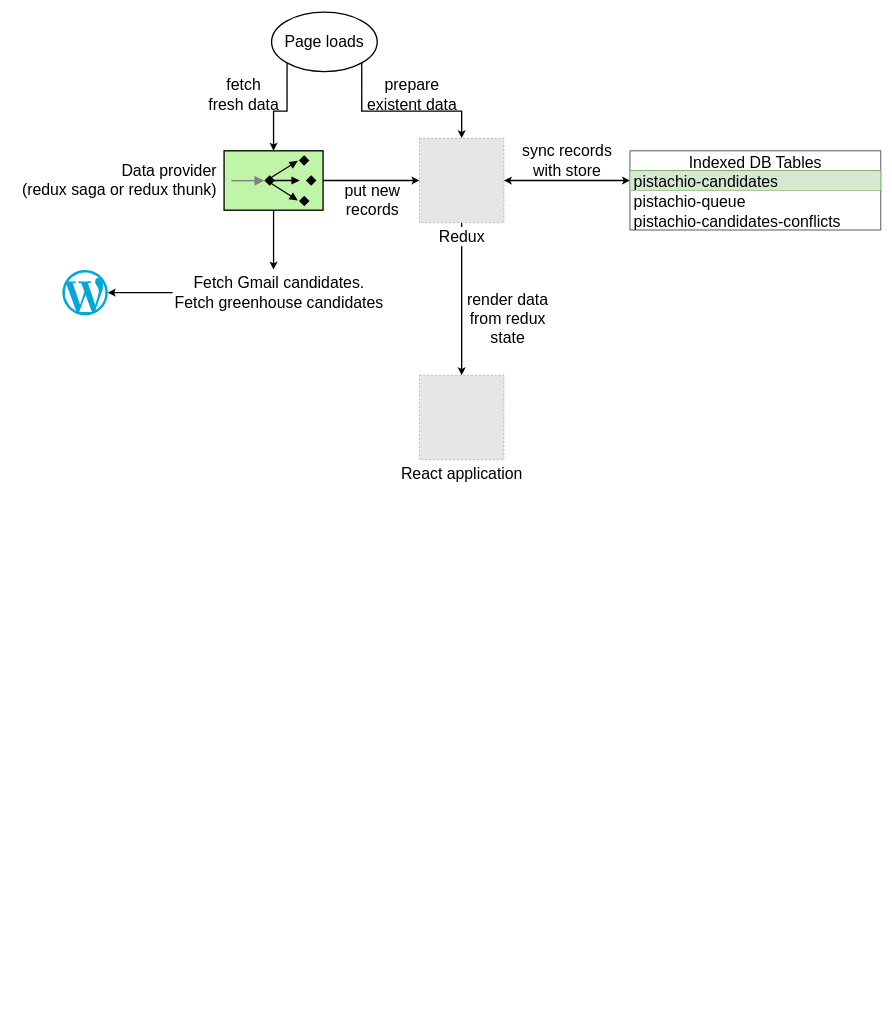
AlexeyPopovUA/a8c-diagrams keeps this draw.io diagram as high-level/data-flows.drawio. Above is the earlier version. Source tidied: cells renumbered, new cells numbered last; positions are measured from the earlier drawing's top-left corner, leaving out a move shared by most shapes. Both pictures are drawn from the tidied source at 66%, with x=0, y=0 at pixel (62, 12). Pictures stored in the file or linked from it are replaced by grey dashed boxes.
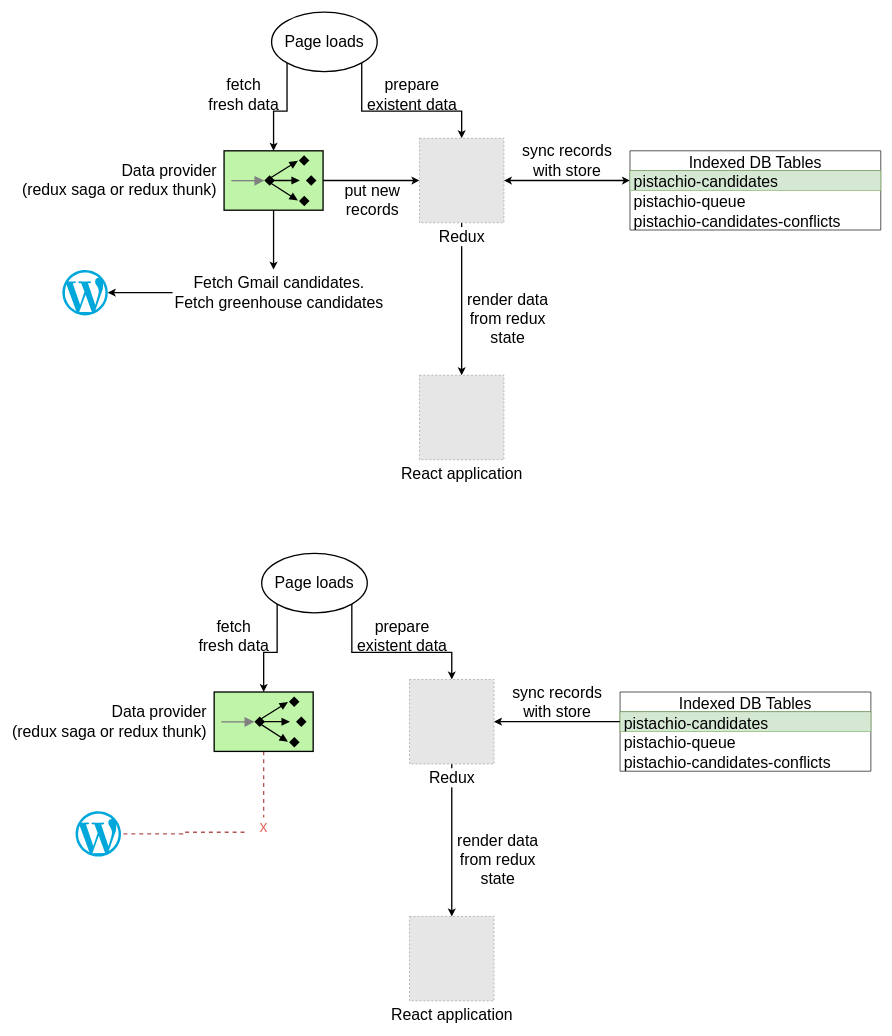
After the change.

The edit, as a diff of the source:
```diff
@@
+    <mxCell id="24" style="edgeStyle=orthogonalEdgeStyle;rounded=0;jettySize=auto;html=1;exitX=0;exitY=1;exitDx=0;exitDy=0;entryX=0.5;entryY=0;entryDx=0;entryDy=0;entryPerimeter=0;fontSize=24;startArrow=none;startFill=0;strokeWidth=2;" parent="1" edge="1" source="36" target="31">
+      <mxGeometry relative="1" as="geometry" />
+    </mxCell>
+    <mxCell id="25" style="edgeStyle=orthogonalEdgeStyle;rounded=0;jettySize=auto;html=1;exitX=1;exitY=1;exitDx=0;exitDy=0;entryX=0.5;entryY=0;entryDx=0;entryDy=0;fontSize=24;startArrow=none;startFill=0;strokeWidth=2;" parent="1" edge="1" source="36" target="29">
+      <mxGeometry relative="1" as="geometry">
+        <Array as="points">
+          <mxPoint x="439" y="970" />
+          <mxPoint x="590" y="970" />
+        </Array>
+      </mxGeometry>
+    </mxCell>
+    <mxCell id="26" value="React application" style="fillColor=#E6E6E6;strokeColor=#999999;dashed=1;html=1;verticalAlign=top;verticalLabelPosition=bottom;labelBackgroundColor=#ffffff;fontSize=24;" parent="1" vertex="1">
+      <mxGeometry x="526" y="1370" width="128" height="128" as="geometry" />
+    </mxCell>
+    <mxCell id="27" style="edgeStyle=orthogonalEdgeStyle;rounded=0;jettySize=auto;html=1;entryX=0;entryY=0.5;entryDx=0;entryDy=0;fontSize=24;strokeWidth=2;startArrow=classic;startFill=1;endArrow=none;endFill=0;" parent="1" edge="1" source="29" target="33">
+      <mxGeometry relative="1" as="geometry" />
+    </mxCell>
+    <mxCell id="28" style="edgeStyle=orthogonalEdgeStyle;rounded=0;jettySize=auto;html=1;entryX=0.5;entryY=0;entryDx=0;entryDy=0;fontSize=24;startArrow=none;startFill=0;strokeWidth=2;" parent="1" edge="1" source="29" target="26">
+      <mxGeometry relative="1" as="geometry" />
+    </mxCell>
+    <mxCell id="29" value="Redux" style="fillColor=#E6E6E6;strokeColor=#999999;dashed=1;html=1;verticalAlign=top;verticalLabelPosition=bottom;labelBackgroundColor=#ffffff;fontSize=24;" parent="1" vertex="1">
+      <mxGeometry x="526" y="1011" width="128" height="128" as="geometry" />
+    </mxCell>
+    <mxCell id="30" style="edgeStyle=orthogonalEdgeStyle;rounded=0;jettySize=auto;html=1;fontSize=24;startArrow=none;startFill=0;strokeWidth=2;entryX=0.5;entryY=0;entryDx=0;entryDy=0;dashed=1;fillColor=#f8cecc;strokeColor=#b85450;endArrow=none;endFill=0;" parent="1" edge="1" source="31" target="43">
+      <mxGeometry relative="1" as="geometry" />
+    </mxCell>
+    <mxCell id="31" value="&lt;font style=&quot;font-size: 24px;&quot;&gt;Data provider&lt;br&gt;&lt;/font&gt;&lt;font style=&quot;font-size: 24px;&quot;&gt;(redux saga or redux thunk)&lt;br&gt;&lt;/font&gt;" style="fillColor=#c0f5a9;dashed=0;outlineConnect=0;strokeWidth=2;html=1;align=right;fontSize=8;verticalLabelPosition=middle;verticalAlign=middle;shape=mxgraph.eip.message_dispatcher;labelPosition=left;spacingRight=10;" parent="1" vertex="1">
+      <mxGeometry x="230" y="1030" width="150" height="90" as="geometry" />
+    </mxCell>
+    <mxCell id="32" value="Indexed DB Tables" style="swimlane;fontStyle=0;horizontal=1;startSize=30;fontSize=24;" parent="1" vertex="1">
+      <mxGeometry x="845" y="1030" width="380" height="120" as="geometry" />
+    </mxCell>
+    <mxCell id="33" value="pistachio-candidates" style="text;strokeColor=#82b366;fillColor=#d5e8d4;align=left;verticalAlign=middle;spacingLeft=4;spacingRight=4;overflow=hidden;points=[[0,0.5],[1,0.5]];portConstraint=eastwest;fontSize=24;" parent="32" vertex="1">
+      <mxGeometry y="30" width="380" height="30" as="geometry" />
+    </mxCell>
+    <mxCell id="34" value="pistachio-queue" style="text;strokeColor=none;fillColor=none;align=left;verticalAlign=middle;spacingLeft=4;spacingRight=4;overflow=hidden;fontSize=24;" parent="32" vertex="1">
+      <mxGeometry y="60" width="380" height="30" as="geometry" />
+    </mxCell>
+    <mxCell id="35" value="pistachio-candidates-conflicts" style="text;strokeColor=none;fillColor=none;align=left;verticalAlign=middle;spacingLeft=4;spacingRight=4;overflow=hidden;fontSize=24;" parent="32" vertex="1">
+      <mxGeometry y="90" width="380" height="30" as="geometry" />
+    </mxCell>
+    <mxCell id="36" value="&lt;font style=&quot;font-size: 24px;&quot;&gt;Page loads&lt;/font&gt;" style="ellipse;whiteSpace=wrap;html=1;fontSize=24;strokeWidth=2;" parent="1" vertex="1">
+      <mxGeometry x="302" y="820" width="160" height="90" as="geometry" />
+    </mxCell>
+    <mxCell id="37" style="dashed=0;outlineConnect=0;html=1;align=center;labelPosition=center;verticalLabelPosition=bottom;verticalAlign=top;shape=mxgraph.weblogos.wordpress_2;fillColor=#00A7DA;strokeColor=none;fontSize=24;" parent="1" vertex="1">
+      <mxGeometry x="20" y="1210.6" width="68.8" height="68.8" as="geometry" />
+    </mxCell>
+    <mxCell id="38" value="fetch fresh data" style="text;html=1;strokeColor=none;fillColor=none;align=center;verticalAlign=middle;whiteSpace=wrap;rounded=0;fontSize=24;" parent="1" vertex="1">
+      <mxGeometry x="205" y="930" width="110" height="30" as="geometry" />
+    </mxCell>
+    <mxCell id="39" value="prepare existent data" style="text;html=1;strokeColor=none;fillColor=none;align=center;verticalAlign=middle;whiteSpace=wrap;rounded=0;fontSize=24;" parent="1" vertex="1">
+      <mxGeometry x="440" y="930" width="150" height="30" as="geometry" />
+    </mxCell>
+    <mxCell id="40" value="sync records with store" style="text;html=1;strokeColor=none;fillColor=none;align=center;verticalAlign=middle;whiteSpace=wrap;rounded=0;fontSize=24;" parent="1" vertex="1">
+      <mxGeometry x="675" y="1025" width="150" height="40" as="geometry" />
+    </mxCell>
+    <mxCell id="41" value="render data from redux state" style="text;html=1;strokeColor=none;fillColor=none;align=center;verticalAlign=middle;whiteSpace=wrap;rounded=0;fontSize=24;" parent="1" vertex="1">
+      <mxGeometry x="575" y="1270.4" width="170" height="30" as="geometry" />
+    </mxCell>
+    <mxCell id="42" style="edgeStyle=orthogonalEdgeStyle;rounded=0;jettySize=auto;html=1;fontSize=24;startArrow=none;startFill=0;strokeWidth=2;exitX=0;exitY=0.75;exitDx=0;exitDy=0;endArrow=none;endFill=0;dashed=1;fillColor=#f8cecc;strokeColor=#b85450;" parent="1" edge="1" source="43" target="37">
+      <mxGeometry relative="1" as="geometry" />
+    </mxCell>
+    <mxCell id="43" value="x" style="text;html=1;align=center;verticalAlign=middle;whiteSpace=wrap;rounded=0;fontSize=24;fontColor=#EA6B66;" parent="1" vertex="1">
+      <mxGeometry x="276" y="1220" width="58" height="30" as="geometry" />
+    </mxCell>
```
